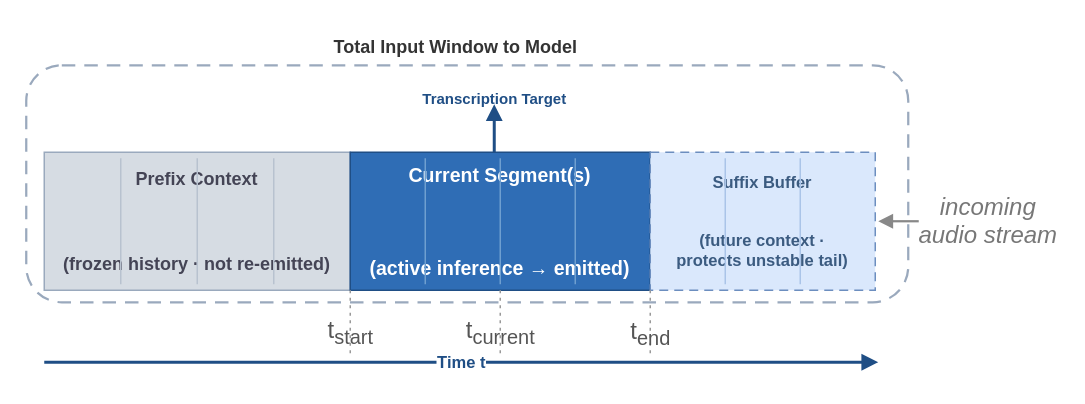
The draw.io diagram paper/tougao/attach/drawprompt/pic4.drawio in hua0424/streamllm, before the edit. Source tidied: cells renumbered, new cells numbered last; positions are measured from the earlier drawing's top-left corner, leaving out a move shared by most shapes. Both pictures are drawn from the tidied source at 150%, with x=0, y=0 at pixel (26, 26).
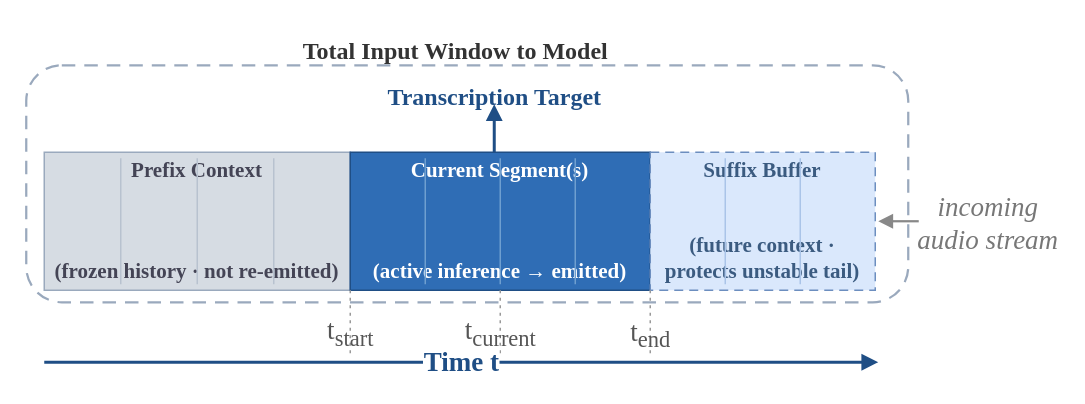
The same page after the edit.

What changed in the source:
```diff
@@
-    <mxCell id="2" value="Total Input Window to Model" style="text;html=1;align=center;fontSize=12;fontStyle=1;fontColor=#333333;" parent="1" vertex="1">
+    <mxCell id="2" value="&lt;font face=&quot;Times New Roman&quot; style=&quot;font-size: 16px;&quot;&gt;Total Input Window to Model&lt;/font&gt;" style="text;html=1;align=center;fontSize=12;fontStyle=1;fontColor=#333333;" parent="1" vertex="1">
       <mxGeometry x="126" width="320" height="18" as="geometry" />
     </mxCell>
@@
-    <mxCell id="5" value="Transcription Target" style="text;html=1;align=center;fontSize=10;fontStyle=1;fontColor=#1f4e85;" parent="1" vertex="1">
-      <mxGeometry x="222" y="36" width="180" height="14" as="geometry" />
+    <mxCell id="5" value="&lt;font face=&quot;Times New Roman&quot; style=&quot;font-size: 16px;&quot;&gt;Transcription Target&lt;/font&gt;" style="text;html=1;align=center;fontSize=10;fontStyle=1;fontColor=#1f4e85;" parent="1" vertex="1">
+      <mxGeometry x="222" y="31" width="180" height="14" as="geometry" />
     </mxCell>
-    <mxCell id="6" value="Prefix Context&#10;&#10;&#10;&#10;(frozen history · not re-emitted)" style="rounded=0;whiteSpace=wrap;html=1;fillColor=#d6dce3;strokeColor=#9aa9bd;fontSize=12;fontStyle=1;fontColor=#445;verticalAlign=middle;" parent="1" vertex="1">
+    <mxCell id="6" value="&lt;font face=&quot;Times New Roman&quot; style=&quot;font-size: 14px;&quot;&gt;Prefix Context&lt;br&gt;&lt;br&gt;&lt;br&gt;&lt;br&gt;(frozen history · not re-emitted)&lt;/font&gt;" style="rounded=0;whiteSpace=wrap;html=1;fillColor=#d6dce3;strokeColor=#9aa9bd;fontSize=12;fontStyle=1;fontColor=#445;verticalAlign=middle;" parent="1" vertex="1">
       <mxGeometry x="12" y="84" width="204" height="92" as="geometry" />
     </mxCell>
-    <mxCell id="7" value="Current Segment(s)&#10;&#10;&#10;&#10;(active inference → emitted)" style="rounded=0;whiteSpace=wrap;html=1;fillColor=#2f6db5;strokeColor=#1f4e85;fontSize=13;fontStyle=1;fontColor=#ffffff;verticalAlign=middle;" parent="1" vertex="1">
+    <mxCell id="7" value="&lt;font face=&quot;Times New Roman&quot; style=&quot;font-size: 14px;&quot;&gt;Current Segment(s)&lt;br&gt;&lt;br&gt;&lt;br&gt;&lt;br&gt;(active inference → emitted)&lt;/font&gt;" style="rounded=0;whiteSpace=wrap;html=1;fillColor=#2f6db5;strokeColor=#1f4e85;fontSize=13;fontStyle=1;fontColor=#ffffff;verticalAlign=middle;" parent="1" vertex="1">
       <mxGeometry x="216" y="84" width="200" height="92" as="geometry" />
     </mxCell>
-    <mxCell id="8" value="Suffix Buffer&#10;&#10;&#10;(future context ·&#10;protects unstable tail)" style="rounded=0;whiteSpace=wrap;html=1;fillColor=#dae8fc;strokeColor=#6c8ebf;dashed=1;dashPattern=6 4;fontSize=11;fontStyle=1;fontColor=#3b5b80;verticalAlign=middle;" parent="1" vertex="1">
+    <mxCell id="8" value="&lt;font face=&quot;Times New Roman&quot; style=&quot;font-size: 14px;&quot;&gt;Suffix Buffer&lt;br&gt;&lt;br&gt;&lt;br&gt;(future context ·&lt;br&gt;protects unstable tail)&lt;/font&gt;" style="rounded=0;whiteSpace=wrap;html=1;fillColor=#dae8fc;strokeColor=#6c8ebf;dashed=1;dashPattern=6 4;fontSize=11;fontStyle=1;fontColor=#3b5b80;verticalAlign=middle;" parent="1" vertex="1">
       <mxGeometry x="416" y="84" width="150" height="92" as="geometry" />
     </mxCell>
@@
-    <mxCell id="17" value="&lt;font style=&quot;font-size: 16px;&quot;&gt;incoming&lt;br&gt;audio stream&lt;/font&gt;" style="text;html=1;align=center;fontSize=9;fontStyle=2;fontColor=#777777;" parent="1" vertex="1">
+    <mxCell id="17" value="&lt;font style=&quot;font-size: 18px;&quot; face=&quot;Times New Roman&quot;&gt;incoming&lt;br&gt;audio stream&lt;/font&gt;" style="text;html=1;align=center;fontSize=9;fontStyle=2;fontColor=#777777;" parent="1" vertex="1">
       <mxGeometry x="595" y="104" width="92" height="26" as="geometry" />
     </mxCell>
@@
-    <mxCell id="22" value="&lt;font style=&quot;font-size: 16px;&quot;&gt;t&lt;sub style=&quot;&quot;&gt;start&lt;/sub&gt;&lt;/font&gt;" style="text;html=1;align=center;fontSize=10;fontColor=#555555;" parent="1" vertex="1">
+    <mxCell id="22" value="&lt;font style=&quot;font-size: 18px;&quot; face=&quot;Times New Roman&quot;&gt;t&lt;sub style=&quot;&quot;&gt;start&lt;/sub&gt;&lt;/font&gt;" style="text;html=1;align=center;fontSize=10;fontColor=#555555;" parent="1" vertex="1">
       <mxGeometry x="191" y="186" width="50" height="14" as="geometry" />
     </mxCell>
-    <mxCell id="23" value="&lt;font style=&quot;font-size: 16px;&quot;&gt;t&lt;sub style=&quot;&quot;&gt;current&lt;/sub&gt;&lt;/font&gt;" style="text;html=1;align=center;fontSize=10;fontColor=#555555;" parent="1" vertex="1">
+    <mxCell id="23" value="&lt;font style=&quot;font-size: 18px;&quot; face=&quot;Times New Roman&quot;&gt;t&lt;sub style=&quot;&quot;&gt;current&lt;/sub&gt;&lt;/font&gt;" style="text;html=1;align=center;fontSize=10;fontColor=#555555;" parent="1" vertex="1">
       <mxGeometry x="286" y="186" width="60" height="14" as="geometry" />
     </mxCell>
-    <mxCell id="24" value="&lt;font style=&quot;font-size: 16px;&quot;&gt;t&lt;sub style=&quot;&quot;&gt;end&lt;/sub&gt;&lt;/font&gt;" style="text;html=1;align=center;fontSize=10;fontColor=#555555;" parent="1" vertex="1">
+    <mxCell id="24" value="&lt;font style=&quot;font-size: 18px;&quot; face=&quot;Times New Roman&quot;&gt;t&lt;sub style=&quot;&quot;&gt;end&lt;/sub&gt;&lt;/font&gt;" style="text;html=1;align=center;fontSize=10;fontColor=#555555;" parent="1" vertex="1">
       <mxGeometry x="391" y="187" width="50" height="14" as="geometry" />
     </mxCell>
-    <mxCell id="25" value="Time t" style="endArrow=block;html=1;strokeColor=#1f4e85;strokeWidth=2;fontSize=11;fontStyle=1;fontColor=#1f4e85;" parent="1" edge="1">
+    <mxCell id="25" value="&lt;font face=&quot;Times New Roman&quot; style=&quot;font-size: 18px;&quot;&gt;Time t&lt;/font&gt;" style="endArrow=block;html=1;strokeColor=#1f4e85;strokeWidth=2;fontSize=11;fontStyle=1;fontColor=#1f4e85;" parent="1" edge="1">
       <mxGeometry relative="1" as="geometry">
         <mxPoint x="12" y="224" as="sourcePoint" />
         <mxPoint x="568" y="224" as="targetPoint" />
       </mxGeometry>
     </mxCell>
```
